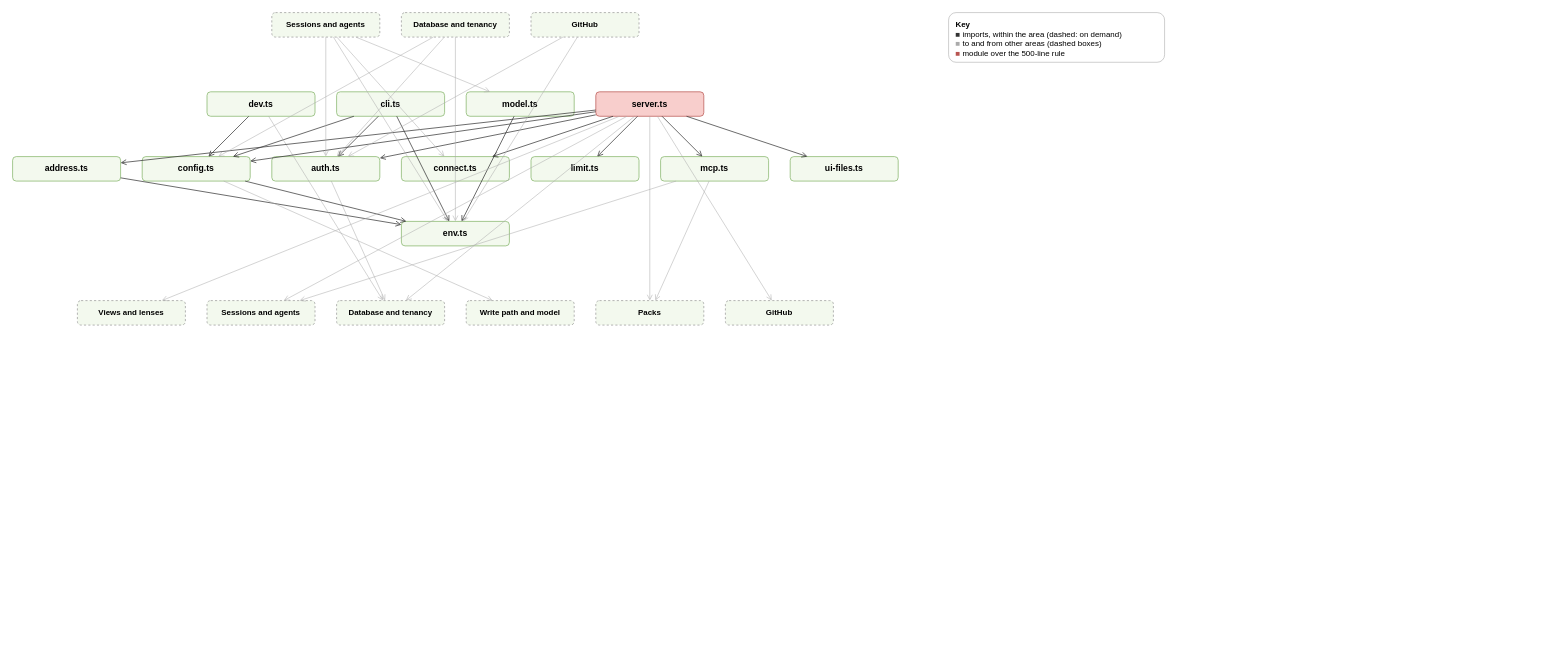
Above: page "Server: Server and surfaces" (6 of 19) of docs/diagrams/modules.drawio in AlexReiner98/archipelago (draw.io), before the change. Source tidied: cells renumbered, new cells numbered last; positions are measured from the earlier drawing's top-left corner, leaving out a move shared by most shapes. Both pictures are drawn from the tidied source at 72%, with x=0, y=0 at pixel (12, 12).
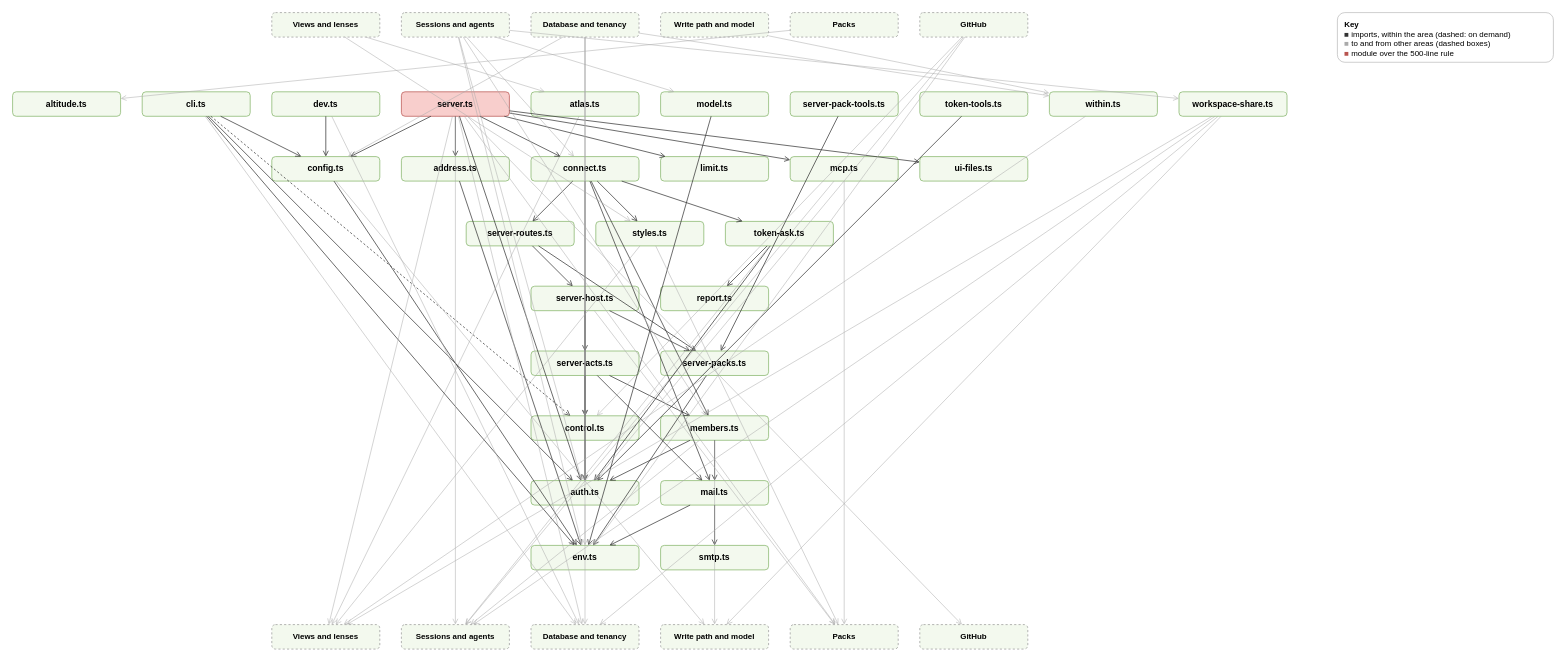
After the change.

Diff of the diagram source:
```diff
@@
+    <mxCell id="57" value="&lt;b&gt;Views and lenses&lt;/b&gt;" style="rounded=1;html=1;whiteSpace=wrap;dashed=1;fontSize=11;fillColor=#f3f9ee;strokeColor=#999999;" parent="1" vertex="1">
+      <mxGeometry x="360" width="150" height="34" as="geometry" />
+    </mxCell>
     <mxCell id="2" value="&lt;b&gt;Sessions and agents&lt;/b&gt;" style="rounded=1;html=1;whiteSpace=wrap;dashed=1;fontSize=11;fillColor=#f3f9ee;strokeColor=#999999;" parent="1" vertex="1">
-      <mxGeometry x="360" width="150" height="34" as="geometry" />
+      <mxGeometry x="540" width="150" height="34" as="geometry" />
     </mxCell>
     <mxCell id="3" value="&lt;b&gt;Database and tenancy&lt;/b&gt;" style="rounded=1;html=1;whiteSpace=wrap;dashed=1;fontSize=11;fillColor=#f3f9ee;strokeColor=#999999;" parent="1" vertex="1">
-      <mxGeometry x="540" width="150" height="34" as="geometry" />
+      <mxGeometry x="720" width="150" height="34" as="geometry" />
     </mxCell>
+    <mxCell id="58" value="&lt;b&gt;Write path and model&lt;/b&gt;" style="rounded=1;html=1;whiteSpace=wrap;dashed=1;fontSize=11;fillColor=#f3f9ee;strokeColor=#999999;" parent="1" vertex="1">
+      <mxGeometry x="900" width="150" height="34" as="geometry" />
+    </mxCell>
+    <mxCell id="59" value="&lt;b&gt;Packs&lt;/b&gt;" style="rounded=1;html=1;whiteSpace=wrap;dashed=1;fontSize=11;fillColor=#f3f9ee;strokeColor=#999999;" parent="1" vertex="1">
+      <mxGeometry x="1080" width="150" height="34" as="geometry" />
+    </mxCell>
     <mxCell id="4" value="&lt;b&gt;GitHub&lt;/b&gt;" style="rounded=1;html=1;whiteSpace=wrap;dashed=1;fontSize=11;fillColor=#f3f9ee;strokeColor=#999999;" parent="1" vertex="1">
-      <mxGeometry x="720" width="150" height="34" as="geometry" />
+      <mxGeometry x="1260" width="150" height="34" as="geometry" />
     </mxCell>
+    <mxCell id="60" value="altitude.ts" style="rounded=1;html=1;whiteSpace=wrap;fontSize=12;fontStyle=1;fillColor=#f3f9ee;strokeColor=#82b366;" parent="1" vertex="1">
+      <mxGeometry y="110" width="150" height="34" as="geometry" />
+    </mxCell>
+    <mxCell id="6" value="cli.ts" style="rounded=1;html=1;whiteSpace=wrap;fontSize=12;fontStyle=1;fillColor=#f3f9ee;strokeColor=#82b366;" parent="1" vertex="1">
+      <mxGeometry x="180" y="110" width="150" height="34" as="geometry" />
+    </mxCell>
     <mxCell id="5" value="dev.ts" style="rounded=1;html=1;whiteSpace=wrap;fontSize=12;fontStyle=1;fillColor=#f3f9ee;strokeColor=#82b366;" parent="1" vertex="1">
-      <mxGeometry x="270" y="110" width="150" height="34" as="geometry" />
+      <mxGeometry x="360" y="110" width="150" height="34" as="geometry" />
     </mxCell>
-    <mxCell id="6" value="cli.ts" style="rounded=1;html=1;whiteSpace=wrap;fontSize=12;fontStyle=1;fillColor=#f3f9ee;strokeColor=#82b366;" parent="1" vertex="1">
-      <mxGeometry x="450" y="110" width="150" height="34" as="geometry" />
-    </mxCell>
+    <mxCell id="8" value="server.ts" style="rounded=1;html=1;whiteSpace=wrap;fontSize=12;fontStyle=1;fillColor=#f8cecc;strokeColor=#b85450;" parent="1" vertex="1">
+      <mxGeometry x="540" y="110" width="150" height="34" as="geometry" />
+    </mxCell>
+    <mxCell id="61" value="atlas.ts" style="rounded=1;html=1;whiteSpace=wrap;fontSize=12;fontStyle=1;fillColor=#f3f9ee;strokeColor=#82b366;" parent="1" vertex="1">
+      <mxGeometry x="720" y="110" width="150" height="34" as="geometry" />
+    </mxCell>
     <mxCell id="7" value="model.ts" style="rounded=1;html=1;whiteSpace=wrap;fontSize=12;fontStyle=1;fillColor=#f3f9ee;strokeColor=#82b366;" parent="1" vertex="1">
-      <mxGeometry x="630" y="110" width="150" height="34" as="geometry" />
+      <mxGeometry x="900" y="110" width="150" height="34" as="geometry" />
     </mxCell>
-    <mxCell id="8" value="server.ts" style="rounded=1;html=1;whiteSpace=wrap;fontSize=12;fontStyle=1;fillColor=#f8cecc;strokeColor=#b85450;" parent="1" vertex="1">
-      <mxGeometry x="810" y="110" width="150" height="34" as="geometry" />
-    </mxCell>
+    <mxCell id="62" value="server-pack-tools.ts" style="rounded=1;html=1;whiteSpace=wrap;fontSize=12;fontStyle=1;fillColor=#f3f9ee;strokeColor=#82b366;" parent="1" vertex="1">
+      <mxGeometry x="1080" y="110" width="150" height="34" as="geometry" />
+    </mxCell>
+    <mxCell id="63" value="token-tools.ts" style="rounded=1;html=1;whiteSpace=wrap;fontSize=12;fontStyle=1;fillColor=#f3f9ee;strokeColor=#82b366;" parent="1" vertex="1">
+      <mxGeometry x="1260" y="110" width="150" height="34" as="geometry" />
+    </mxCell>
+    <mxCell id="64" value="within.ts" style="rounded=1;html=1;whiteSpace=wrap;fontSize=12;fontStyle=1;fillColor=#f3f9ee;strokeColor=#82b366;" parent="1" vertex="1">
+      <mxGeometry x="1440" y="110" width="150" height="34" as="geometry" />
+    </mxCell>
+    <mxCell id="65" value="workspace-share.ts" style="rounded=1;html=1;whiteSpace=wrap;fontSize=12;fontStyle=1;fillColor=#f3f9ee;strokeColor=#82b366;" parent="1" vertex="1">
+      <mxGeometry x="1620" y="110" width="150" height="34" as="geometry" />
+    </mxCell>
+    <mxCell id="10" value="config.ts" style="rounded=1;html=1;whiteSpace=wrap;fontSize=12;fontStyle=1;fillColor=#f3f9ee;strokeColor=#82b366;" parent="1" vertex="1">
+      <mxGeometry x="360" y="200" width="150" height="34" as="geometry" />
+    </mxCell>
     <mxCell id="9" value="address.ts" style="rounded=1;html=1;whiteSpace=wrap;fontSize=12;fontStyle=1;fillColor=#f3f9ee;strokeColor=#82b366;" parent="1" vertex="1">
-      <mxGeometry y="200" width="150" height="34" as="geometry" />
+      <mxGeometry x="540" y="200" width="150" height="34" as="geometry" />
     </mxCell>
-    <mxCell id="10" value="config.ts" style="rounded=1;html=1;whiteSpace=wrap;fontSize=12;fontStyle=1;fillColor=#f3f9ee;strokeColor=#82b366;" parent="1" vertex="1">
-      <mxGeometry x="180" y="200" width="150" height="34" as="geometry" />
-    </mxCell>
-    <mxCell id="11" value="auth.ts" style="rounded=1;html=1;whiteSpace=wrap;fontSize=12;fontStyle=1;fillColor=#f3f9ee;strokeColor=#82b366;" parent="1" vertex="1">
-      <mxGeometry x="360" y="200" width="150" height="34" as="geometry" />
-    </mxCell>
     <mxCell id="12" value="connect.ts" style="rounded=1;html=1;whiteSpace=wrap;fontSize=12;fontStyle=1;fillColor=#f3f9ee;strokeColor=#82b366;" parent="1" vertex="1">
-      <mxGeometry x="540" y="200" width="150" height="34" as="geometry" />
+      <mxGeometry x="720" y="200" width="150" height="34" as="geometry" />
     </mxCell>
     <mxCell id="13" value="limit.ts" style="rounded=1;html=1;whiteSpace=wrap;fontSize=12;fontStyle=1;fillColor=#f3f9ee;strokeColor=#82b366;" parent="1" vertex="1">
-      <mxGeometry x="720" y="200" width="150" height="34" as="geometry" />
+      <mxGeometry x="900" y="200" width="150" height="34" as="geometry" />
     </mxCell>
     <mxCell id="14" value="mcp.ts" style="rounded=1;html=1;whiteSpace=wrap;fontSize=12;fontStyle=1;fillColor=#f3f9ee;strokeColor=#82b366;" parent="1" vertex="1">
-      <mxGeometry x="900" y="200" width="150" height="34" as="geometry" />
+      <mxGeometry x="1080" y="200" width="150" height="34" as="geometry" />
     </mxCell>
     <mxCell id="15" value="ui-files.ts" style="rounded=1;html=1;whiteSpace=wrap;fontSize=12;fontStyle=1;fillColor=#f3f9ee;strokeColor=#82b366;" parent="1" vertex="1">
-      <mxGeometry x="1080" y="200" width="150" height="34" as="geometry" />
+      <mxGeometry x="1260" y="200" width="150" height="34" as="geometry" />
     </mxCell>
+    <mxCell id="66" value="server-routes.ts" style="rounded=1;html=1;whiteSpace=wrap;fontSize=12;fontStyle=1;fillColor=#f3f9ee;strokeColor=#82b366;" parent="1" vertex="1">
+      <mxGeometry x="630" y="290" width="150" height="34" as="geometry" />
+    </mxCell>
+    <mxCell id="67" value="styles.ts" style="rounded=1;html=1;whiteSpace=wrap;fontSize=12;fontStyle=1;fillColor=#f3f9ee;strokeColor=#82b366;" parent="1" vertex="1">
+      <mxGeometry x="810" y="290" width="150" height="34" as="geometry" />
+    </mxCell>
+    <mxCell id="68" value="token-ask.ts" style="rounded=1;html=1;whiteSpace=wrap;fontSize=12;fontStyle=1;fillColor=#f3f9ee;strokeColor=#82b366;" parent="1" vertex="1">
+      <mxGeometry x="990" y="290" width="150" height="34" as="geometry" />
+    </mxCell>
+    <mxCell id="69" value="server-host.ts" style="rounded=1;html=1;whiteSpace=wrap;fontSize=12;fontStyle=1;fillColor=#f3f9ee;strokeColor=#82b366;" parent="1" vertex="1">
+      <mxGeometry x="720" y="380" width="150" height="34" as="geometry" />
+    </mxCell>
+    <mxCell id="70" value="report.ts" style="rounded=1;html=1;whiteSpace=wrap;fontSize=12;fontStyle=1;fillColor=#f3f9ee;strokeColor=#82b366;" parent="1" vertex="1">
+      <mxGeometry x="900" y="380" width="150" height="34" as="geometry" />
+    </mxCell>
+    <mxCell id="71" value="server-acts.ts" style="rounded=1;html=1;whiteSpace=wrap;fontSize=12;fontStyle=1;fillColor=#f3f9ee;strokeColor=#82b366;" parent="1" vertex="1">
+      <mxGeometry x="720" y="470" width="150" height="34" as="geometry" />
+    </mxCell>
+    <mxCell id="72" value="server-packs.ts" style="rounded=1;html=1;whiteSpace=wrap;fontSize=12;fontStyle=1;fillColor=#f3f9ee;strokeColor=#82b366;" parent="1" vertex="1">
+      <mxGeometry x="900" y="470" width="150" height="34" as="geometry" />
+    </mxCell>
+    <mxCell id="73" value="control.ts" style="rounded=1;html=1;whiteSpace=wrap;fontSize=12;fontStyle=1;fillColor=#f3f9ee;strokeColor=#82b366;" parent="1" vertex="1">
+      <mxGeometry x="720" y="560" width="150" height="34" as="geometry" />
+    </mxCell>
+    <mxCell id="74" value="members.ts" style="rounded=1;html=1;whiteSpace=wrap;fontSize=12;fontStyle=1;fillColor=#f3f9ee;strokeColor=#82b366;" parent="1" vertex="1">
+      <mxGeometry x="900" y="560" width="150" height="34" as="geometry" />
+    </mxCell>
+    <mxCell id="11" value="auth.ts" style="rounded=1;html=1;whiteSpace=wrap;fontSize=12;fontStyle=1;fillColor=#f3f9ee;strokeColor=#82b366;" parent="1" vertex="1">
+      <mxGeometry x="720" y="650" width="150" height="34" as="geometry" />
+    </mxCell>
+    <mxCell id="75" value="mail.ts" style="rounded=1;html=1;whiteSpace=wrap;fontSize=12;fontStyle=1;fillColor=#f3f9ee;strokeColor=#82b366;" parent="1" vertex="1">
+      <mxGeometry x="900" y="650" width="150" height="34" as="geometry" />
+    </mxCell>
     <mxCell id="16" value="env.ts" style="rounded=1;html=1;whiteSpace=wrap;fontSize=12;fontStyle=1;fillColor=#f3f9ee;strokeColor=#82b366;" parent="1" vertex="1">
-      <mxGeometry x="540" y="290" width="150" height="34" as="geometry" />
+      <mxGeometry x="720" y="740" width="150" height="34" as="geometry" />
     </mxCell>
+    <mxCell id="76" value="smtp.ts" style="rounded=1;html=1;whiteSpace=wrap;fontSize=12;fontStyle=1;fillColor=#f3f9ee;strokeColor=#82b366;" parent="1" vertex="1">
+      <mxGeometry x="900" y="740" width="150" height="34" as="geometry" />
+    </mxCell>
     <mxCell id="17" value="&lt;b&gt;Views and lenses&lt;/b&gt;" style="rounded=1;html=1;whiteSpace=wrap;dashed=1;fontSize=11;fillColor=#f3f9ee;strokeColor=#999999;" parent="1" vertex="1">
-      <mxGeometry x="90" y="400" width="150" height="34" as="geometry" />
+      <mxGeometry x="360" y="850" width="150" height="34" as="geometry" />
     </mxCell>
     <mxCell id="18" value="&lt;b&gt;Sessions and agents&lt;/b&gt;" style="rounded=1;html=1;whiteSpace=wrap;dashed=1;fontSize=11;fillColor=#f3f9ee;strokeColor=#999999;" parent="1" vertex="1">
-      <mxGeometry x="270" y="400" width="150" height="34" as="geometry" />
+      <mxGeometry x="540" y="850" width="150" height="34" as="geometry" />
     </mxCell>
     <mxCell id="19" value="&lt;b&gt;Database and tenancy&lt;/b&gt;" style="rounded=1;html=1;whiteSpace=wrap;dashed=1;fontSize=11;fillColor=#f3f9ee;strokeColor=#999999;" parent="1" vertex="1">
-      <mxGeometry x="450" y="400" width="150" height="34" as="geometry" />
+      <mxGeometry x="720" y="850" width="150" height="34" as="geometry" />
     </mxCell>
     <mxCell id="20" value="&lt;b&gt;Write path and model&lt;/b&gt;" style="rounded=1;html=1;whiteSpace=wrap;dashed=1;fontSize=11;fillColor=#f3f9ee;strokeColor=#999999;" parent="1" vertex="1">
-      <mxGeometry x="630" y="400" width="150" height="34" as="geometry" />
+      <mxGeometry x="900" y="850" width="150" height="34" as="geometry" />
     </mxCell>
     <mxCell id="21" value="&lt;b&gt;Packs&lt;/b&gt;" style="rounded=1;html=1;whiteSpace=wrap;dashed=1;fontSize=11;fillColor=#f3f9ee;strokeColor=#999999;" parent="1" vertex="1">
-      <mxGeometry x="810" y="400" width="150" height="34" as="geometry" />
+      <mxGeometry x="1080" y="850" width="150" height="34" as="geometry" />
     </mxCell>
     <mxCell id="22" value="&lt;b&gt;GitHub&lt;/b&gt;" style="rounded=1;html=1;whiteSpace=wrap;dashed=1;fontSize=11;fillColor=#f3f9ee;strokeColor=#999999;" parent="1" vertex="1">
-      <mxGeometry x="990" y="400" width="150" height="34" as="geometry" />
+      <mxGeometry x="1260" y="850" width="150" height="34" as="geometry" />
     </mxCell>
     <mxCell id="23" value="&lt;b&gt;Key&lt;/b&gt;&lt;br&gt;&lt;font color=&quot;#333333&quot;&gt;■&lt;/font&gt; imports, within the area (dashed: on demand)&lt;br&gt;&lt;font color=&quot;#aaaaaa&quot;&gt;■&lt;/font&gt; to and from other areas (dashed boxes)&lt;br&gt;&lt;font color=&quot;#b85450&quot;&gt;■&lt;/font&gt; module over the 500-line rule" style="rounded=1;html=1;whiteSpace=wrap;align=left;verticalAlign=top;spacingLeft=8;spacingTop=4;fillColor=#ffffff;strokeColor=#bbbbbb;fontSize=11;" parent="1" vertex="1">
-      <mxGeometry x="1300" width="300" height="69" as="geometry" />
+      <mxGeometry x="1840" width="300" height="69" as="geometry" />
     </mxCell>
@@
+    <mxCell id="77" style="html=1;endArrow=open;strokeColor=#aaaaaa;dashed=0;opacity=70;" parent="1" edge="1" source="61" target="17">
+      <mxGeometry relative="1" as="geometry" />
+    </mxCell>
@@
+    <mxCell id="78" style="html=1;endArrow=open;strokeColor=#333333;dashed=1;opacity=100;" parent="1" edge="1" source="6" target="73">
+      <mxGeometry relative="1" as="geometry" />
+    </mxCell>
+    <mxCell id="79" style="html=1;endArrow=open;strokeColor=#aaaaaa;dashed=0;opacity=70;" parent="1" edge="1" source="6" target="19">
+      <mxGeometry relative="1" as="geometry" />
+    </mxCell>
@@
+    <mxCell id="80" style="html=1;endArrow=open;strokeColor=#333333;dashed=0;opacity=100;" parent="1" edge="1" source="12" target="11">
+      <mxGeometry relative="1" as="geometry" />
+    </mxCell>
+    <mxCell id="81" style="html=1;endArrow=open;strokeColor=#333333;dashed=0;opacity=100;" parent="1" edge="1" source="12" target="75">
+      <mxGeometry relative="1" as="geometry" />
+    </mxCell>
+    <mxCell id="82" style="html=1;endArrow=open;strokeColor=#333333;dashed=0;opacity=100;" parent="1" edge="1" source="12" target="74">
+      <mxGeometry relative="1" as="geometry" />
+    </mxCell>
+    <mxCell id="83" style="html=1;endArrow=open;strokeColor=#333333;dashed=0;opacity=100;" parent="1" edge="1" source="12" target="66">
+      <mxGeometry relative="1" as="geometry" />
+    </mxCell>
+    <mxCell id="84" style="html=1;endArrow=open;strokeColor=#333333;dashed=0;opacity=100;" parent="1" edge="1" source="12" target="67">
+      <mxGeometry relative="1" as="geometry" />
+    </mxCell>
+    <mxCell id="85" style="html=1;endArrow=open;strokeColor=#333333;dashed=0;opacity=100;" parent="1" edge="1" source="12" target="68">
+      <mxGeometry relative="1" as="geometry" />
+    </mxCell>
@@
+    <mxCell id="86" style="html=1;endArrow=open;strokeColor=#333333;dashed=0;opacity=100;" parent="1" edge="1" source="75" target="16">
+      <mxGeometry relative="1" as="geometry" />
+    </mxCell>
+    <mxCell id="87" style="html=1;endArrow=open;strokeColor=#333333;dashed=0;opacity=100;" parent="1" edge="1" source="75" target="76">
+      <mxGeometry relative="1" as="geometry" />
+    </mxCell>
@@
+    <mxCell id="88" style="html=1;endArrow=open;strokeColor=#333333;dashed=0;opacity=100;" parent="1" edge="1" source="74" target="11">
+      <mxGeometry relative="1" as="geometry" />
+    </mxCell>
+    <mxCell id="89" style="html=1;endArrow=open;strokeColor=#333333;dashed=0;opacity=100;" parent="1" edge="1" source="74" target="75">
+      <mxGeometry relative="1" as="geometry" />
+    </mxCell>
+    <mxCell id="90" style="html=1;endArrow=open;strokeColor=#aaaaaa;dashed=0;opacity=70;" parent="1" edge="1" source="74" target="18">
+      <mxGeometry relative="1" as="geometry" />
+    </mxCell>
+    <mxCell id="91" style="html=1;endArrow=open;strokeColor=#aaaaaa;dashed=0;opacity=70;" parent="1" edge="1" source="74" target="20">
+      <mxGeometry relative="1" as="geometry" />
+    </mxCell>
@@
+    <mxCell id="92" style="html=1;endArrow=open;strokeColor=#333333;dashed=0;opacity=100;" parent="1" edge="1" source="71" target="73">
+      <mxGeometry relative="1" as="geometry" />
+    </mxCell>
+    <mxCell id="93" style="html=1;endArrow=open;strokeColor=#333333;dashed=0;opacity=100;" parent="1" edge="1" source="71" target="75">
+      <mxGeometry relative="1" as="geometry" />
+    </mxCell>
+    <mxCell id="94" style="html=1;endArrow=open;strokeColor=#333333;dashed=0;opacity=100;" parent="1" edge="1" source="71" target="74">
+      <mxGeometry relative="1" as="geometry" />
+    </mxCell>
+    <mxCell id="95" style="html=1;endArrow=open;strokeColor=#333333;dashed=0;opacity=100;" parent="1" edge="1" source="71" target="11">
+      <mxGeometry relative="1" as="geometry" />
+    </mxCell>
+    <mxCell id="96" style="html=1;endArrow=open;strokeColor=#333333;dashed=0;opacity=100;" parent="1" edge="1" source="69" target="73">
+      <mxGeometry relative="1" as="geometry" />
+    </mxCell>
+    <mxCell id="97" style="html=1;endArrow=open;strokeColor=#333333;dashed=0;opacity=100;" parent="1" edge="1" source="69" target="71">
+      <mxGeometry relative="1" as="geometry" />
+    </mxCell>
+    <mxCell id="98" style="html=1;endArrow=open;strokeColor=#333333;dashed=0;opacity=100;" parent="1" edge="1" source="69" target="72">
+      <mxGeometry relative="1" as="geometry" />
+    </mxCell>
+    <mxCell id="99" style="html=1;endArrow=open;strokeColor=#aaaaaa;dashed=0;opacity=70;" parent="1" edge="1" source="69" target="21">
+      <mxGeometry relative="1" as="geometry" />
+    </mxCell>
+    <mxCell id="100" style="html=1;endArrow=open;strokeColor=#333333;dashed=0;opacity=100;" parent="1" edge="1" source="62" target="72">
+      <mxGeometry relative="1" as="geometry" />
+    </mxCell>
+    <mxCell id="101" style="html=1;endArrow=open;strokeColor=#333333;dashed=0;opacity=100;" parent="1" edge="1" source="72" target="16">
+      <mxGeometry relative="1" as="geometry" />
+    </mxCell>
+    <mxCell id="102" style="html=1;endArrow=open;strokeColor=#333333;dashed=0;opacity=100;" parent="1" edge="1" source="66" target="69">
+      <mxGeometry relative="1" as="geometry" />
+    </mxCell>
+    <mxCell id="103" style="html=1;endArrow=open;strokeColor=#333333;dashed=0;opacity=100;" parent="1" edge="1" source="66" target="72">
+      <mxGeometry relative="1" as="geometry" />
+    </mxCell>
@@
+    <mxCell id="104" style="html=1;endArrow=open;strokeColor=#aaaaaa;dashed=0;opacity=70;" parent="1" edge="1" source="67" target="17">
+      <mxGeometry relative="1" as="geometry" />
+    </mxCell>
+    <mxCell id="105" style="html=1;endArrow=open;strokeColor=#aaaaaa;dashed=0;opacity=70;" parent="1" edge="1" source="67" target="21">
+      <mxGeometry relative="1" as="geometry" />
+    </mxCell>
+    <mxCell id="106" style="html=1;endArrow=open;strokeColor=#333333;dashed=0;opacity=100;" parent="1" edge="1" source="68" target="11">
+      <mxGeometry relative="1" as="geometry" />
+    </mxCell>
+    <mxCell id="107" style="html=1;endArrow=open;strokeColor=#333333;dashed=0;opacity=100;" parent="1" edge="1" source="68" target="70">
+      <mxGeometry relative="1" as="geometry" />
+    </mxCell>
+    <mxCell id="108" style="html=1;endArrow=open;strokeColor=#aaaaaa;dashed=0;opacity=70;" parent="1" edge="1" source="68" target="18">
+      <mxGeometry relative="1" as="geometry" />
+    </mxCell>
+    <mxCell id="109" style="html=1;endArrow=open;strokeColor=#333333;dashed=0;opacity=100;" parent="1" edge="1" source="63" target="11">
+      <mxGeometry relative="1" as="geometry" />
+    </mxCell>
+    <mxCell id="110" style="html=1;endArrow=open;strokeColor=#aaaaaa;dashed=0;opacity=70;" parent="1" edge="1" source="64" target="17">
+      <mxGeometry relative="1" as="geometry" />
+    </mxCell>
+    <mxCell id="111" style="html=1;endArrow=open;strokeColor=#aaaaaa;dashed=0;opacity=70;" parent="1" edge="1" source="65" target="17">
+      <mxGeometry relative="1" as="geometry" />
+    </mxCell>
+    <mxCell id="112" style="html=1;endArrow=open;strokeColor=#aaaaaa;dashed=0;opacity=70;" parent="1" edge="1" source="65" target="18">
+      <mxGeometry relative="1" as="geometry" />
+    </mxCell>
+    <mxCell id="113" style="html=1;endArrow=open;strokeColor=#aaaaaa;dashed=0;opacity=70;" parent="1" edge="1" source="65" target="19">
+      <mxGeometry relative="1" as="geometry" />
+    </mxCell>
+    <mxCell id="114" style="html=1;endArrow=open;strokeColor=#aaaaaa;dashed=0;opacity=70;" parent="1" edge="1" source="65" target="20">
+      <mxGeometry relative="1" as="geometry" />
+    </mxCell>
+    <mxCell id="115" style="html=1;endArrow=open;strokeColor=#aaaaaa;dashed=0;opacity=70;" parent="1" edge="1" source="57" target="61">
+      <mxGeometry relative="1" as="geometry" />
+    </mxCell>
+    <mxCell id="116" style="html=1;endArrow=open;strokeColor=#aaaaaa;dashed=0;opacity=70;" parent="1" edge="1" source="57" target="67">
+      <mxGeometry relative="1" as="geometry" />
+    </mxCell>
@@
+    <mxCell id="117" style="html=1;endArrow=open;strokeColor=#aaaaaa;dashed=0;opacity=70;" parent="1" edge="1" source="2" target="74">
+      <mxGeometry relative="1" as="geometry" />
+    </mxCell>
@@
+    <mxCell id="118" style="html=1;endArrow=open;strokeColor=#aaaaaa;dashed=0;opacity=70;" parent="1" edge="1" source="2" target="65">
+      <mxGeometry relative="1" as="geometry" />
+    </mxCell>
@@
+    <mxCell id="119" style="html=1;endArrow=open;strokeColor=#aaaaaa;dashed=0;opacity=70;" parent="1" edge="1" source="3" target="73">
+      <mxGeometry relative="1" as="geometry" />
+    </mxCell>
@@
+    <mxCell id="120" style="html=1;endArrow=open;strokeColor=#aaaaaa;dashed=0;opacity=70;" parent="1" edge="1" source="3" target="64">
+      <mxGeometry relative="1" as="geometry" />
+    </mxCell>
+    <mxCell id="121" style="html=1;endArrow=open;strokeColor=#aaaaaa;dashed=0;opacity=70;" parent="1" edge="1" source="58" target="64">
+      <mxGeometry relative="1" as="geometry" />
+    </mxCell>
+    <mxCell id="122" style="html=1;endArrow=open;strokeColor=#aaaaaa;dashed=0;opacity=70;" parent="1" edge="1" source="59" target="60">
+      <mxGeometry relative="1" as="geometry" />
+    </mxCell>
@@
+    <mxCell id="123" style="html=1;endArrow=open;strokeColor=#aaaaaa;dashed=0;opacity=70;" parent="1" edge="1" source="4" target="73">
+      <mxGeometry relative="1" as="geometry" />
+    </mxCell>
```
